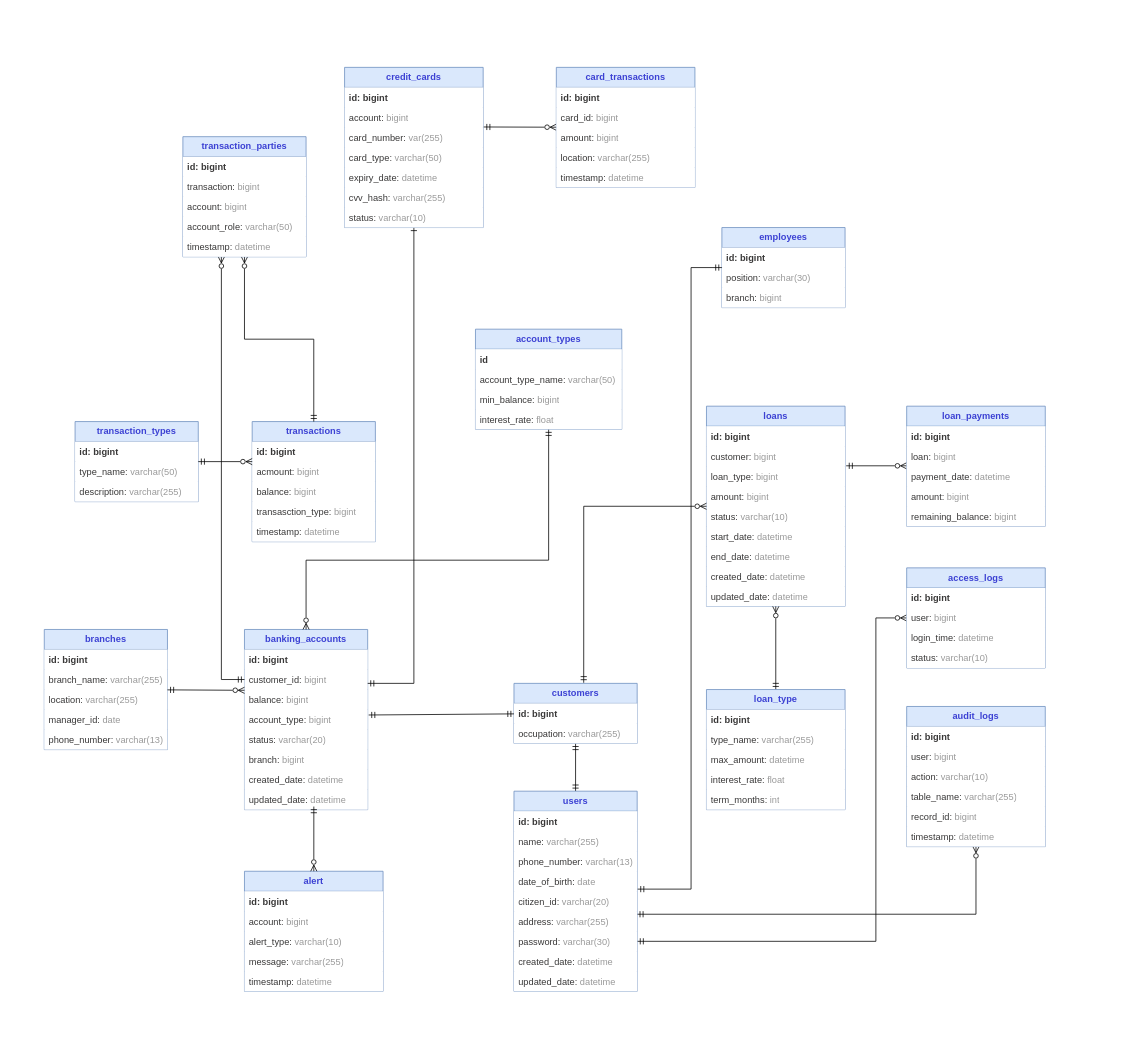
dhuy00/diagram keeps this draw.io diagram as banking/database/Banking Diagram.drawio. Above is the earlier version. Source tidied: cells renumbered, new cells numbered last; positions are measured from the earlier drawing's top-left corner, leaving out a move shared by most shapes. Both pictures are drawn from the tidied source at 77%, with x=0, y=0 at pixel (44, 67).
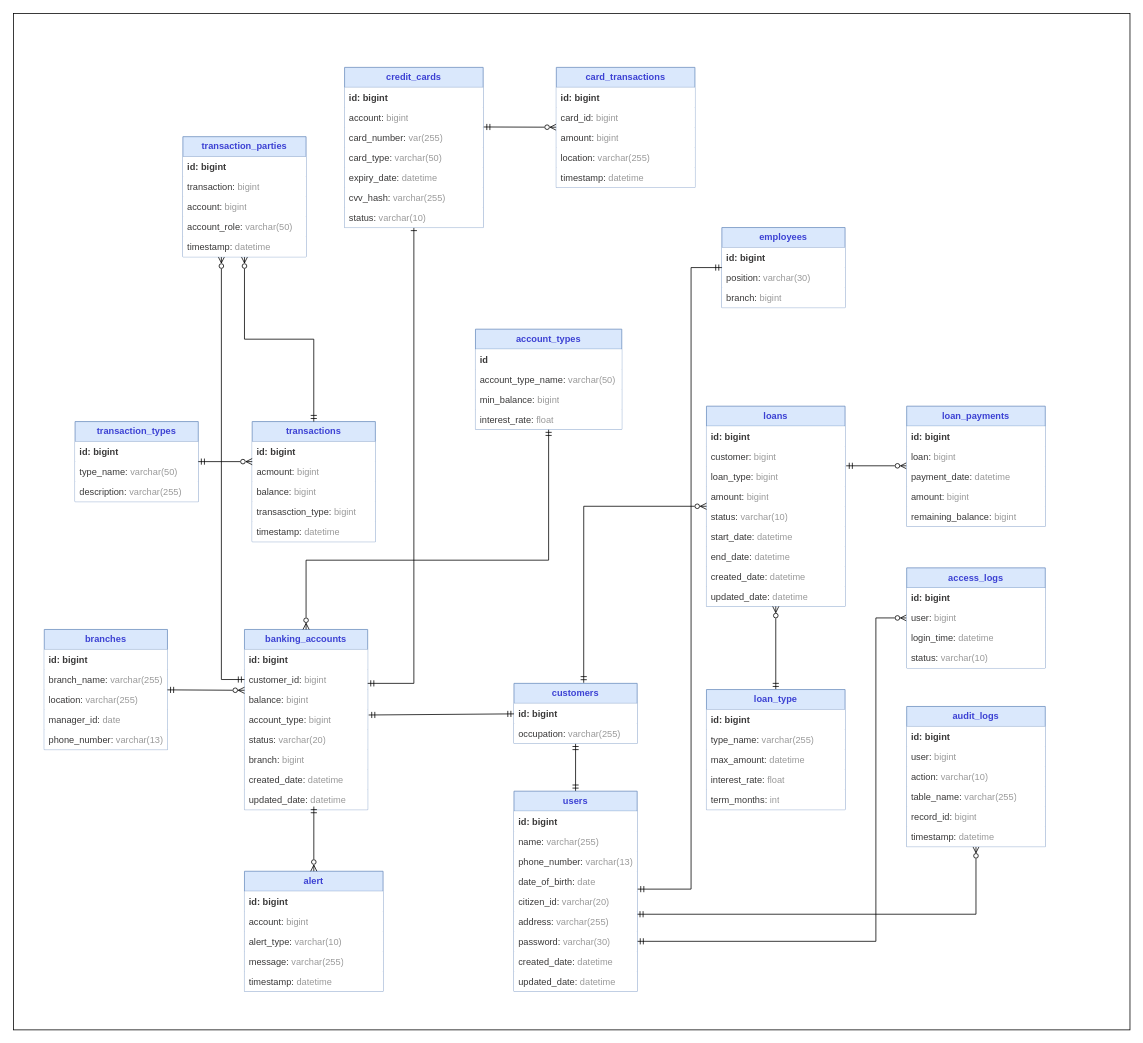
Above is the later version.

Change to the diagram source:
```diff
@@
+    <mxCell id="125" style="rounded=0;whiteSpace=wrap;html=1;" parent="1" vertex="1">
+      <mxGeometry x="-40" y="-70" width="1450" height="1320" as="geometry" />
+    </mxCell>
```
